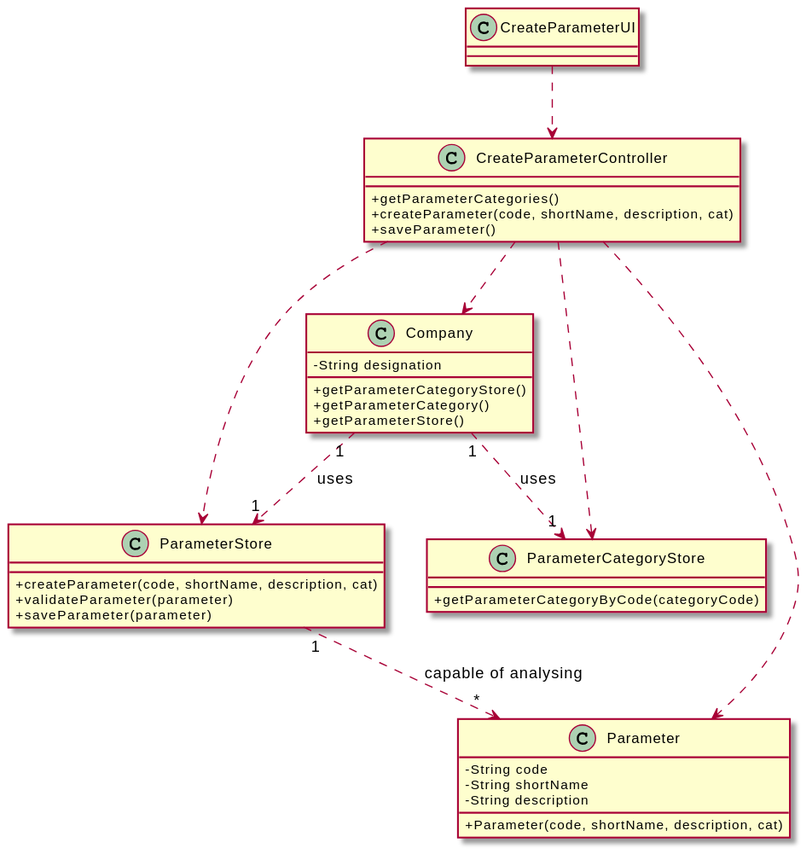
Above: docs/SprintB/Us10_CreateParameter/US10_CD.svg in Pedromaia26/LAPR2-ISEP (PlantUML), before the change.
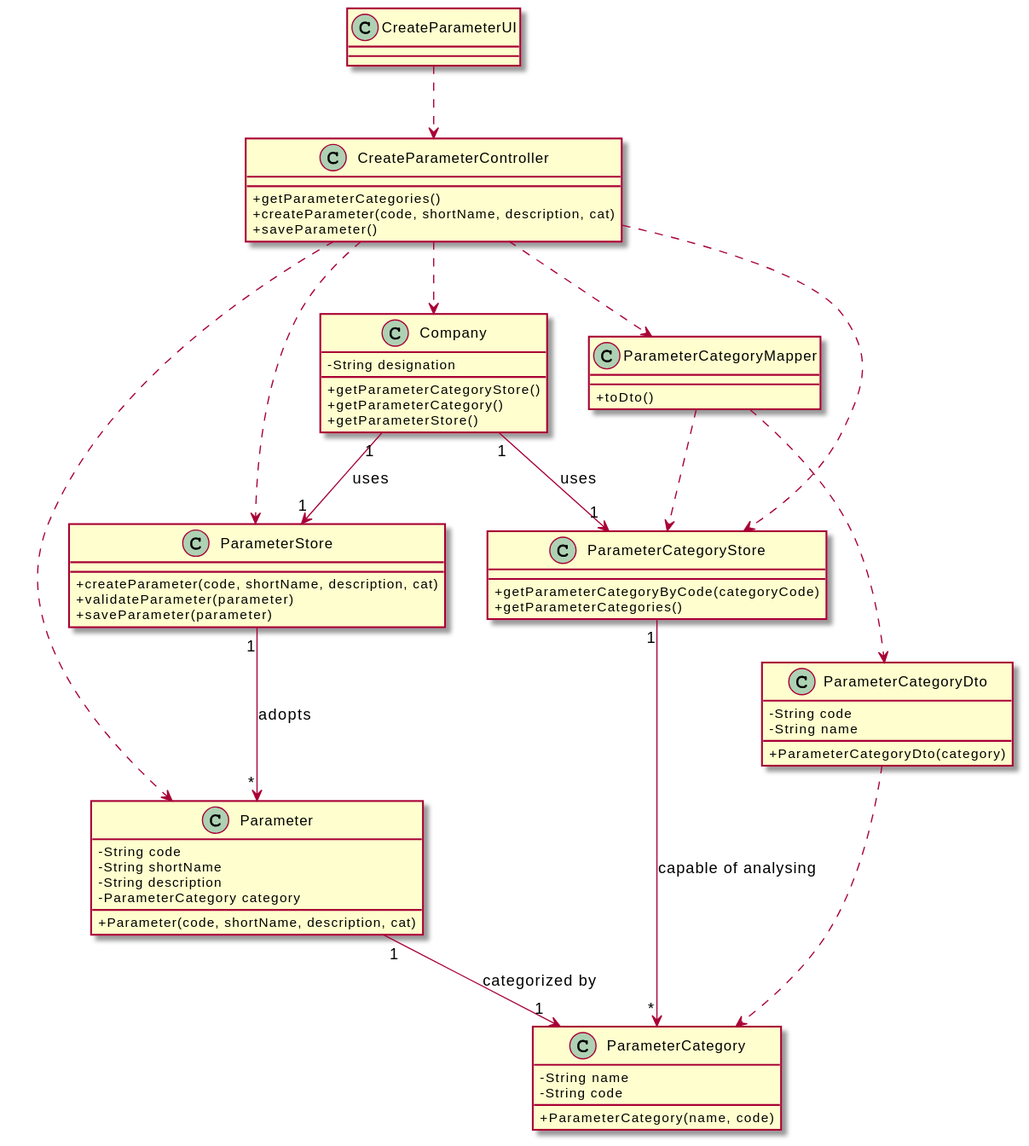
The same file after the commit.

What changed in the source:
```diff
@@ -14,6 +14,7 @@
   -String code
   -String shortName
   -String description
+  -ParameterCategory category
   +Parameter(code, shortName, description, cat)
 }
 
@@ -25,6 +26,7 @@
 
 class ParameterCategoryStore {
   +getParameterCategoryByCode(categoryCode)
+  +getParameterCategories()
 }
 
 
@@ -38,12 +40,34 @@
 
 }
 
+class ParameterCategoryMapper {
+   +toDto()
+}
+
+class ParameterCategoryDto {
+  -String code
+  -String name
+  +ParameterCategoryDto(category)
+}
+
+class ParameterCategory {
+   -String name
+   -String code
+   +ParameterCategory(name, code)
+}
+
 CreateParameterUI ..> CreateParameterController
 CreateParameterController ..> Parameter
 CreateParameterController ..> ParameterStore
 CreateParameterController ..> ParameterCategoryStore
 CreateParameterController ..> Company
-Company "1" ..> "1" ParameterStore : uses
-Company "1" ..> "1" ParameterCategoryStore : uses
-ParameterStore "1" ..> "*" Parameter : capable of analysing
+CreateParameterController ..> ParameterCategoryMapper
+ParameterCategoryMapper ..> ParameterCategoryStore
+ParameterCategoryMapper ..> ParameterCategoryDto
+ParameterCategoryDto ..> ParameterCategory
+ParameterCategoryStore "1" --> "*" ParameterCategory : capable of analysing
+Company "1" --> "1" ParameterStore : uses
+Company "1" --> "1" ParameterCategoryStore : uses
+ParameterStore "1" --> "*" Parameter : adopts
+Parameter "1" --> "1" ParameterCategory : categorized by
 @enduml
```
